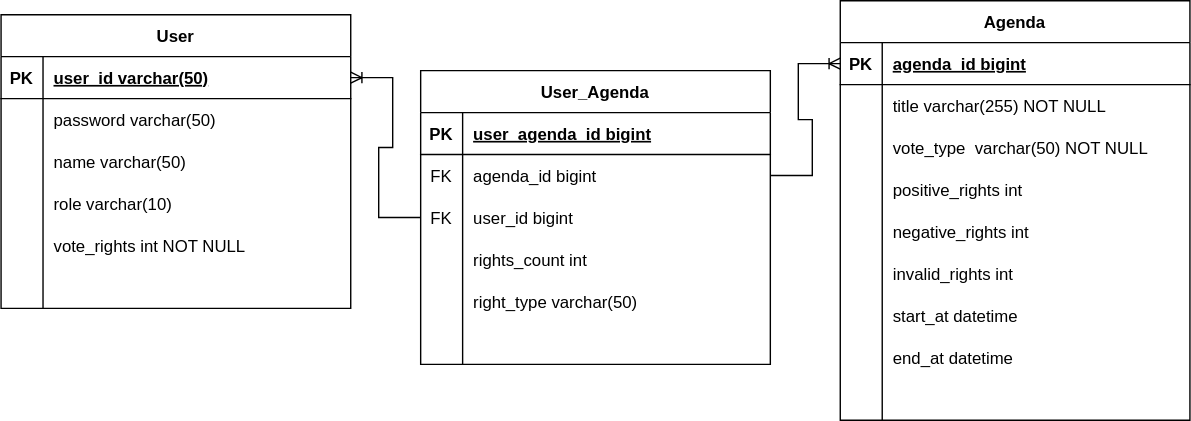
AnTaeWook/e-voting keeps this draw.io diagram as voting-server/voting-server/documents/erd.drawio.svg. Above is the earlier version. Source tidied: cells renumbered, new cells last; positions are measured from the earlier drawing's top-left corner, leaving out a move shared by most shapes. Source of this version:
```xml
<mxGraphModel>
  <root>
    <mxCell id="0" />
    <mxCell id="1" parent="0" />
    <mxCell id="2" value="Agenda" style="shape=table;startSize=30;rowLines=0;fontStyle=1;align=center;" parent="1" vertex="1">
      <mxGeometry x="600" width="250" height="300" as="geometry" />
    </mxCell>
    <mxCell id="3" style="shape=partialRectangle;fillColor=none;points=[[0,0.5],[1,0.5]];portConstraint=eastwest;top=0;left=0;right=0;bottom=1;" parent="2" vertex="1">
      <mxGeometry y="30" width="250" height="30" as="geometry" />
    </mxCell>
    <mxCell id="4" value="PK" style="shape=partialRectangle;overflow=hidden;fillColor=none;top=0;left=0;bottom=0;right=0;fontStyle=1;" parent="3" vertex="1">
      <mxGeometry width="30" height="30" as="geometry" />
    </mxCell>
    <mxCell id="5" value="agenda_id bigint" style="shape=partialRectangle;overflow=hidden;fillColor=none;top=0;left=0;bottom=0;right=0;align=left;spacingLeft=6;fontStyle=5;" parent="3" vertex="1">
      <mxGeometry x="30" width="220" height="30" as="geometry" />
    </mxCell>
    <mxCell id="6" style="shape=partialRectangle;fillColor=none;top=0;left=0;right=0;bottom=0;" parent="2" vertex="1">
      <mxGeometry y="60" width="250" height="30" as="geometry" />
    </mxCell>
    <mxCell id="7" style="shape=partialRectangle;overflow=hidden;fillColor=none;top=0;left=0;bottom=0;right=0;" parent="6" vertex="1">
      <mxGeometry width="30" height="30" as="geometry" />
    </mxCell>
    <mxCell id="8" value="title varchar(255) NOT NULL" style="shape=partialRectangle;overflow=hidden;fillColor=none;top=0;left=0;bottom=0;right=0;align=left;spacingLeft=6;" parent="6" vertex="1">
      <mxGeometry x="30" width="220" height="30" as="geometry" />
    </mxCell>
    <mxCell id="9" style="shape=partialRectangle;fillColor=none;top=0;left=0;right=0;bottom=0;" parent="2" vertex="1">
      <mxGeometry y="90" width="250" height="30" as="geometry" />
    </mxCell>
    <mxCell id="10" style="shape=partialRectangle;overflow=hidden;fillColor=none;top=0;left=0;bottom=0;right=0;" parent="9" vertex="1">
      <mxGeometry width="30" height="30" as="geometry" />
    </mxCell>
    <mxCell id="11" value="vote_type  varchar(50) NOT NULL" style="shape=partialRectangle;overflow=hidden;fillColor=none;top=0;left=0;bottom=0;right=0;align=left;spacingLeft=6;" parent="9" vertex="1">
      <mxGeometry x="30" width="220" height="30" as="geometry" />
    </mxCell>
    <mxCell id="12" style="shape=partialRectangle;fillColor=none;top=0;left=0;right=0;bottom=0;" parent="2" vertex="1">
      <mxGeometry y="120" width="250" height="30" as="geometry" />
    </mxCell>
    <mxCell id="13" style="shape=partialRectangle;overflow=hidden;fillColor=none;top=0;left=0;bottom=0;right=0;" parent="12" vertex="1">
      <mxGeometry width="30" height="30" as="geometry" />
    </mxCell>
    <mxCell id="14" value="positive_rights int" style="shape=partialRectangle;overflow=hidden;fillColor=none;top=0;left=0;bottom=0;right=0;align=left;spacingLeft=6;" parent="12" vertex="1">
      <mxGeometry x="30" width="220" height="30" as="geometry" />
    </mxCell>
    <mxCell id="15" style="shape=partialRectangle;fillColor=none;top=0;left=0;right=0;bottom=0;" parent="2" vertex="1">
      <mxGeometry y="150" width="250" height="30" as="geometry" />
    </mxCell>
    <mxCell id="16" style="shape=partialRectangle;overflow=hidden;fillColor=none;top=0;left=0;bottom=0;right=0;" parent="15" vertex="1">
      <mxGeometry width="30" height="30" as="geometry" />
    </mxCell>
    <mxCell id="17" value="negative_rights int" style="shape=partialRectangle;overflow=hidden;fillColor=none;top=0;left=0;bottom=0;right=0;align=left;spacingLeft=6;" parent="15" vertex="1">
      <mxGeometry x="30" width="220" height="30" as="geometry" />
    </mxCell>
    <mxCell id="18" style="shape=partialRectangle;fillColor=none;top=0;left=0;right=0;bottom=0;" parent="2" vertex="1">
      <mxGeometry y="180" width="250" height="30" as="geometry" />
    </mxCell>
    <mxCell id="19" style="shape=partialRectangle;overflow=hidden;fillColor=none;top=0;left=0;bottom=0;right=0;" parent="18" vertex="1">
      <mxGeometry width="30" height="30" as="geometry" />
    </mxCell>
    <mxCell id="20" value="invalid_rights int" style="shape=partialRectangle;overflow=hidden;fillColor=none;top=0;left=0;bottom=0;right=0;align=left;spacingLeft=6;" parent="18" vertex="1">
      <mxGeometry x="30" width="220" height="30" as="geometry" />
    </mxCell>
    <mxCell id="21" style="shape=partialRectangle;fillColor=none;top=0;left=0;right=0;bottom=0;" parent="2" vertex="1">
      <mxGeometry y="210" width="250" height="30" as="geometry" />
    </mxCell>
    <mxCell id="22" style="shape=partialRectangle;overflow=hidden;fillColor=none;top=0;left=0;bottom=0;right=0;" parent="21" vertex="1">
      <mxGeometry width="30" height="30" as="geometry" />
    </mxCell>
    <mxCell id="23" value="start_at datetime" style="shape=partialRectangle;overflow=hidden;fillColor=none;top=0;left=0;bottom=0;right=0;align=left;spacingLeft=6;" parent="21" vertex="1">
      <mxGeometry x="30" width="220" height="30" as="geometry" />
    </mxCell>
    <mxCell id="24" style="shape=partialRectangle;fillColor=none;top=0;left=0;right=0;bottom=0;" parent="2" vertex="1">
      <mxGeometry y="240" width="250" height="30" as="geometry" />
    </mxCell>
    <mxCell id="25" style="shape=partialRectangle;overflow=hidden;fillColor=none;top=0;left=0;bottom=0;right=0;" parent="24" vertex="1">
      <mxGeometry width="30" height="30" as="geometry" />
    </mxCell>
    <mxCell id="26" value="end_at datetime" style="shape=partialRectangle;overflow=hidden;fillColor=none;top=0;left=0;bottom=0;right=0;align=left;spacingLeft=6;" parent="24" vertex="1">
      <mxGeometry x="30" width="220" height="30" as="geometry" />
    </mxCell>
    <mxCell id="27" style="shape=partialRectangle;fillColor=none;top=0;left=0;right=0;bottom=0;" parent="2" vertex="1">
      <mxGeometry y="270" width="250" height="30" as="geometry" />
    </mxCell>
    <mxCell id="28" style="shape=partialRectangle;overflow=hidden;fillColor=none;top=0;left=0;bottom=0;right=0;" parent="27" vertex="1">
      <mxGeometry width="30" height="30" as="geometry" />
    </mxCell>
    <mxCell id="29" style="shape=partialRectangle;overflow=hidden;fillColor=none;top=0;left=0;bottom=0;right=0;align=left;spacingLeft=6;" parent="27" vertex="1">
      <mxGeometry x="30" width="220" height="30" as="geometry" />
    </mxCell>
    <mxCell id="30" value="User_Agenda" style="shape=table;startSize=30;rowLines=0;fontStyle=1;align=center;" parent="1" vertex="1">
      <mxGeometry x="300" y="50" width="250" height="210" as="geometry" />
    </mxCell>
    <mxCell id="31" style="shape=partialRectangle;fillColor=none;top=0;left=0;right=0;bottom=1;" parent="30" vertex="1">
      <mxGeometry y="30" width="250" height="30" as="geometry" />
    </mxCell>
    <mxCell id="32" value="PK" style="shape=partialRectangle;overflow=hidden;fillColor=none;top=0;left=0;bottom=0;right=0;fontStyle=1;" parent="31" vertex="1">
      <mxGeometry width="30" height="30" as="geometry" />
    </mxCell>
    <mxCell id="33" value="user_agenda_id bigint" style="shape=partialRectangle;overflow=hidden;fillColor=none;top=0;left=0;bottom=0;right=0;align=left;spacingLeft=6;fontStyle=5;" parent="31" vertex="1">
      <mxGeometry x="30" width="220" height="30" as="geometry" />
    </mxCell>
    <mxCell id="34" style="shape=partialRectangle;fillColor=none;points=[[0,0.5],[1,0.5]];portConstraint=eastwest;top=0;left=0;right=0;bottom=0;" parent="30" vertex="1">
      <mxGeometry y="60" width="250" height="30" as="geometry" />
    </mxCell>
    <mxCell id="35" value="FK" style="shape=partialRectangle;overflow=hidden;fillColor=none;top=0;left=0;bottom=0;right=0;" parent="34" vertex="1">
      <mxGeometry width="30" height="30" as="geometry" />
    </mxCell>
    <mxCell id="36" value="agenda_id bigint" style="shape=partialRectangle;overflow=hidden;fillColor=none;top=0;left=0;bottom=0;right=0;align=left;spacingLeft=6;" parent="34" vertex="1">
      <mxGeometry x="30" width="220" height="30" as="geometry" />
    </mxCell>
    <mxCell id="37" style="shape=partialRectangle;fillColor=none;points=[[0,0.5],[1,0.5]];portConstraint=eastwest;top=0;left=0;right=0;bottom=0;" parent="30" vertex="1">
      <mxGeometry y="90" width="250" height="30" as="geometry" />
    </mxCell>
    <mxCell id="38" value="FK" style="shape=partialRectangle;overflow=hidden;fillColor=none;top=0;left=0;bottom=0;right=0;" parent="37" vertex="1">
      <mxGeometry width="30" height="30" as="geometry" />
    </mxCell>
    <mxCell id="39" value="user_id bigint" style="shape=partialRectangle;overflow=hidden;fillColor=none;top=0;left=0;bottom=0;right=0;align=left;spacingLeft=6;" parent="37" vertex="1">
      <mxGeometry x="30" width="220" height="30" as="geometry" />
    </mxCell>
    <mxCell id="40" style="shape=partialRectangle;fillColor=none;top=0;left=0;right=0;bottom=0;" parent="30" vertex="1">
      <mxGeometry y="120" width="250" height="30" as="geometry" />
    </mxCell>
    <mxCell id="41" style="shape=partialRectangle;overflow=hidden;fillColor=none;top=0;left=0;bottom=0;right=0;" parent="40" vertex="1">
      <mxGeometry width="30" height="30" as="geometry" />
    </mxCell>
    <mxCell id="42" value="rights_count int" style="shape=partialRectangle;overflow=hidden;fillColor=none;top=0;left=0;bottom=0;right=0;align=left;spacingLeft=6;" parent="40" vertex="1">
      <mxGeometry x="30" width="220" height="30" as="geometry" />
    </mxCell>
    <mxCell id="43" style="shape=partialRectangle;fillColor=none;top=0;left=0;right=0;bottom=0;" parent="30" vertex="1">
      <mxGeometry y="150" width="250" height="30" as="geometry" />
    </mxCell>
    <mxCell id="44" style="shape=partialRectangle;overflow=hidden;fillColor=none;top=0;left=0;bottom=0;right=0;" parent="43" vertex="1">
      <mxGeometry width="30" height="30" as="geometry" />
    </mxCell>
    <mxCell id="45" value="right_type varchar(50)" style="shape=partialRectangle;overflow=hidden;fillColor=none;top=0;left=0;bottom=0;right=0;align=left;spacingLeft=6;" parent="43" vertex="1">
      <mxGeometry x="30" width="220" height="30" as="geometry" />
    </mxCell>
    <mxCell id="46" style="shape=partialRectangle;fillColor=none;top=0;left=0;right=0;bottom=0;" parent="30" vertex="1">
      <mxGeometry y="180" width="250" height="30" as="geometry" />
    </mxCell>
    <mxCell id="47" style="shape=partialRectangle;overflow=hidden;fillColor=none;top=0;left=0;bottom=0;right=0;" parent="46" vertex="1">
      <mxGeometry width="30" height="30" as="geometry" />
    </mxCell>
    <mxCell id="48" style="shape=partialRectangle;overflow=hidden;fillColor=none;top=0;left=0;bottom=0;right=0;align=left;spacingLeft=6;" parent="46" vertex="1">
      <mxGeometry x="30" width="220" height="30" as="geometry" />
    </mxCell>
    <mxCell id="49" value="User" style="shape=table;startSize=30;rowLines=0;fontStyle=1;align=center;" parent="1" vertex="1">
      <mxGeometry y="10" width="250" height="210" as="geometry" />
    </mxCell>
    <mxCell id="50" style="shape=partialRectangle;fillColor=none;points=[[0,0.5],[1,0.5]];portConstraint=eastwest;top=0;left=0;right=0;bottom=1;" parent="49" vertex="1">
      <mxGeometry y="30" width="250" height="30" as="geometry" />
    </mxCell>
    <mxCell id="51" value="PK" style="shape=partialRectangle;overflow=hidden;fillColor=none;top=0;left=0;bottom=0;right=0;fontStyle=1;" parent="50" vertex="1">
      <mxGeometry width="30" height="30" as="geometry" />
    </mxCell>
    <mxCell id="52" value="user_id varchar(50)" style="shape=partialRectangle;overflow=hidden;fillColor=none;top=0;left=0;bottom=0;right=0;align=left;spacingLeft=6;fontStyle=5;" parent="50" vertex="1">
      <mxGeometry x="30" width="220" height="30" as="geometry" />
    </mxCell>
    <mxCell id="53" style="shape=partialRectangle;fillColor=none;top=0;left=0;right=0;bottom=0;" parent="49" vertex="1">
      <mxGeometry y="60" width="250" height="30" as="geometry" />
    </mxCell>
    <mxCell id="54" style="shape=partialRectangle;overflow=hidden;fillColor=none;top=0;left=0;bottom=0;right=0;" parent="53" vertex="1">
      <mxGeometry width="30" height="30" as="geometry" />
    </mxCell>
    <mxCell id="55" value="password varchar(50)" style="shape=partialRectangle;overflow=hidden;fillColor=none;top=0;left=0;bottom=0;right=0;align=left;spacingLeft=6;" parent="53" vertex="1">
      <mxGeometry x="30" width="220" height="30" as="geometry" />
    </mxCell>
    <mxCell id="56" style="shape=partialRectangle;fillColor=none;top=0;left=0;right=0;bottom=0;" parent="49" vertex="1">
      <mxGeometry y="90" width="250" height="30" as="geometry" />
    </mxCell>
    <mxCell id="57" style="shape=partialRectangle;overflow=hidden;fillColor=none;top=0;left=0;bottom=0;right=0;" parent="56" vertex="1">
      <mxGeometry width="30" height="30" as="geometry" />
    </mxCell>
    <mxCell id="58" value="name varchar(50)" style="shape=partialRectangle;overflow=hidden;fillColor=none;top=0;left=0;bottom=0;right=0;align=left;spacingLeft=6;" parent="56" vertex="1">
      <mxGeometry x="30" width="220" height="30" as="geometry" />
    </mxCell>
    <mxCell id="59" style="shape=partialRectangle;fillColor=none;top=0;left=0;right=0;bottom=0;" parent="49" vertex="1">
      <mxGeometry y="120" width="250" height="30" as="geometry" />
    </mxCell>
    <mxCell id="60" style="shape=partialRectangle;overflow=hidden;fillColor=none;top=0;left=0;bottom=0;right=0;" parent="59" vertex="1">
      <mxGeometry width="30" height="30" as="geometry" />
    </mxCell>
    <mxCell id="61" value="role varchar(10)" style="shape=partialRectangle;overflow=hidden;fillColor=none;top=0;left=0;bottom=0;right=0;align=left;spacingLeft=6;" parent="59" vertex="1">
      <mxGeometry x="30" width="220" height="30" as="geometry" />
    </mxCell>
    <mxCell id="62" style="shape=partialRectangle;fillColor=none;top=0;left=0;right=0;bottom=0;" parent="49" vertex="1">
      <mxGeometry y="150" width="250" height="30" as="geometry" />
    </mxCell>
    <mxCell id="63" style="shape=partialRectangle;overflow=hidden;fillColor=none;top=0;left=0;bottom=0;right=0;" parent="62" vertex="1">
      <mxGeometry width="30" height="30" as="geometry" />
    </mxCell>
    <mxCell id="64" value="vote_rights int NOT NULL" style="shape=partialRectangle;overflow=hidden;fillColor=none;top=0;left=0;bottom=0;right=0;align=left;spacingLeft=6;" parent="62" vertex="1">
      <mxGeometry x="30" width="220" height="30" as="geometry" />
    </mxCell>
    <mxCell id="65" style="shape=partialRectangle;fillColor=none;top=0;left=0;right=0;bottom=0;" parent="49" vertex="1">
      <mxGeometry y="180" width="250" height="30" as="geometry" />
    </mxCell>
    <mxCell id="66" style="shape=partialRectangle;overflow=hidden;fillColor=none;top=0;left=0;bottom=0;right=0;" parent="65" vertex="1">
      <mxGeometry width="30" height="30" as="geometry" />
    </mxCell>
    <mxCell id="67" style="shape=partialRectangle;overflow=hidden;fillColor=none;top=0;left=0;bottom=0;right=0;align=left;spacingLeft=6;" parent="65" vertex="1">
      <mxGeometry x="30" width="220" height="30" as="geometry" />
    </mxCell>
    <mxCell id="68" style="edgeStyle=entityRelationEdgeStyle;fontSize=12;html=1;endArrow=ERoneToMany;rounded=0;entryX=0;entryY=0.5;entryDx=0;entryDy=0;exitX=1;exitY=0.5;exitDx=0;exitDy=0;" parent="1" edge="1" source="34" target="3">
      <mxGeometry relative="1" as="geometry" />
    </mxCell>
    <mxCell id="69" style="edgeStyle=entityRelationEdgeStyle;fontSize=12;html=1;endArrow=ERoneToMany;rounded=0;exitX=0;exitY=0.5;exitDx=0;exitDy=0;" parent="1" edge="1" source="37" target="50">
      <mxGeometry relative="1" as="geometry" />
    </mxCell>
  </root>
</mxGraphModel>
```
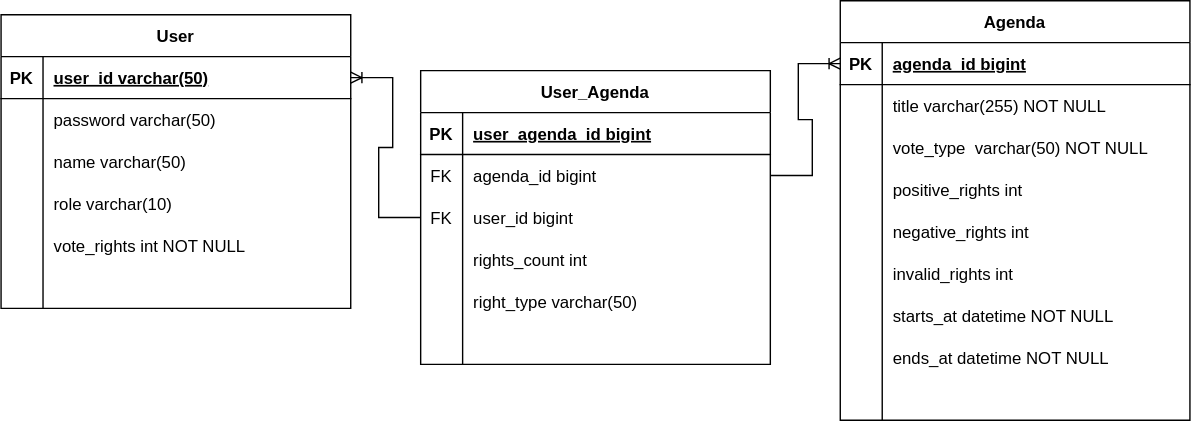
After the change.

Diff of the diagram source:
```diff
@@ -65,7 +65,7 @@
     <mxCell id="22" style="shape=partialRectangle;overflow=hidden;fillColor=none;top=0;left=0;bottom=0;right=0;" parent="21" vertex="1">
       <mxGeometry width="30" height="30" as="geometry" />
     </mxCell>
-    <mxCell id="23" value="start_at datetime" style="shape=partialRectangle;overflow=hidden;fillColor=none;top=0;left=0;bottom=0;right=0;align=left;spacingLeft=6;" parent="21" vertex="1">
+    <mxCell id="23" value="starts_at datetime NOT NULL" style="shape=partialRectangle;overflow=hidden;fillColor=none;top=0;left=0;bottom=0;right=0;align=left;spacingLeft=6;" parent="21" vertex="1">
       <mxGeometry x="30" width="220" height="30" as="geometry" />
     </mxCell>
     <mxCell id="24" style="shape=partialRectangle;fillColor=none;top=0;left=0;right=0;bottom=0;" parent="2" vertex="1">
@@ -74,7 +74,7 @@
     <mxCell id="25" style="shape=partialRectangle;overflow=hidden;fillColor=none;top=0;left=0;bottom=0;right=0;" parent="24" vertex="1">
       <mxGeometry width="30" height="30" as="geometry" />
     </mxCell>
-    <mxCell id="26" value="end_at datetime" style="shape=partialRectangle;overflow=hidden;fillColor=none;top=0;left=0;bottom=0;right=0;align=left;spacingLeft=6;" parent="24" vertex="1">
+    <mxCell id="26" value="ends_at datetime NOT NULL" style="shape=partialRectangle;overflow=hidden;fillColor=none;top=0;left=0;bottom=0;right=0;align=left;spacingLeft=6;" parent="24" vertex="1">
       <mxGeometry x="30" width="220" height="30" as="geometry" />
     </mxCell>
     <mxCell id="27" style="shape=partialRectangle;fillColor=none;top=0;left=0;right=0;bottom=0;" parent="2" vertex="1">
```
